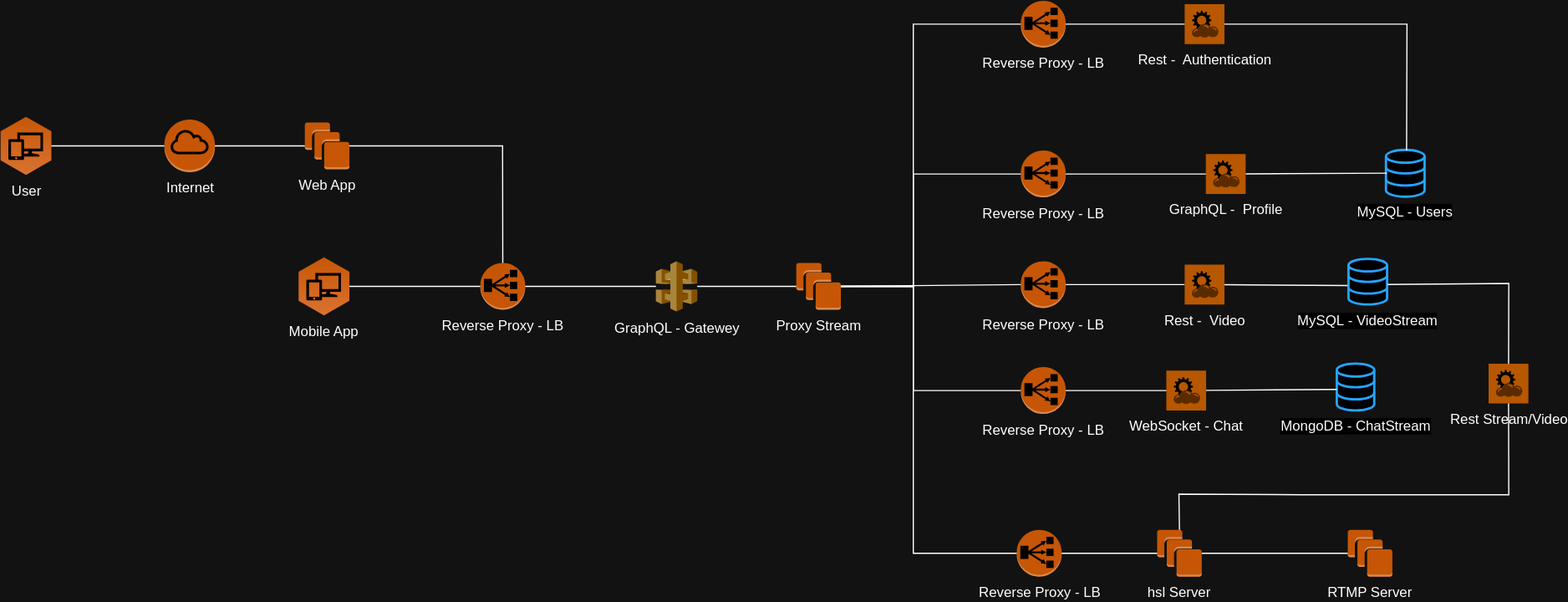
felixasela/Lively keeps this draw.io diagram as Assets/LivelyArchitecture.svg. Above is the earlier version. Source tidied: cells renumbered, new cells last; positions are measured from the earlier drawing's top-left corner, leaving out a move shared by most shapes.
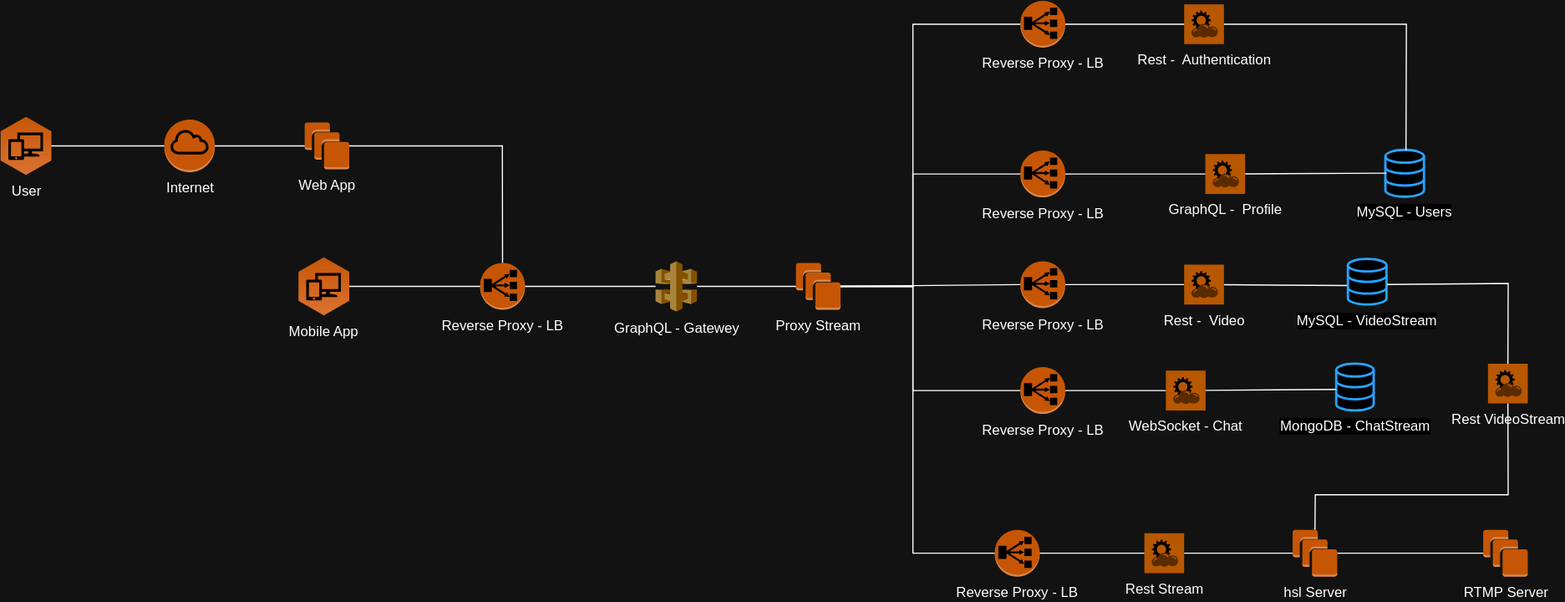
After the commit.

What changed in the source:
```diff
@@ -52,21 +52,21 @@
       <mxGeometry x="1141.9" y="310" width="32" height="40" as="geometry" />
     </mxCell>
     <mxCell id="17" value="Reverse Proxy - LB" style="outlineConnect=0;dashed=0;verticalLabelPosition=bottom;verticalAlign=top;align=center;html=1;shape=mxgraph.aws3.classic_load_balancer;fillColor=#F58534;gradientColor=none;" parent="1" vertex="1">
-      <mxGeometry x="868.4" y="452" width="38.3" height="40" as="geometry" />
+      <mxGeometry x="850" y="452" width="38.3" height="40" as="geometry" />
     </mxCell>
     <mxCell id="18" value="Rest -&amp;nbsp; Video" style="shadow=0;dashed=0;html=1;strokeColor=none;fillColor=#EF8F21;labelPosition=center;verticalLabelPosition=bottom;verticalAlign=top;align=center;outlineConnect=0;shape=mxgraph.veeam.2d.restful_apis;" parent="1" vertex="1">
       <mxGeometry x="1011.9" y="225.5" width="34" height="34" as="geometry" />
     </mxCell>
     <mxCell id="19" value="RTMP Server" style="outlineConnect=0;dashed=0;verticalLabelPosition=bottom;verticalAlign=top;align=center;html=1;shape=mxgraph.aws3.instances;fillColor=#F58534;gradientColor=none;" parent="1" vertex="1">
-      <mxGeometry x="1151.3" y="452" width="38.1" height="40" as="geometry" />
+      <mxGeometry x="1267.6" y="452" width="38.1" height="40" as="geometry" />
     </mxCell>
-    <mxCell id="20" value="Rest Stream/Video" style="shadow=0;dashed=0;html=1;strokeColor=none;fillColor=#EF8F21;labelPosition=center;verticalLabelPosition=bottom;verticalAlign=top;align=center;outlineConnect=0;shape=mxgraph.veeam.2d.restful_apis;" parent="1" vertex="1">
+    <mxCell id="20" value="Rest VideoStream" style="shadow=0;dashed=0;html=1;strokeColor=none;fillColor=#EF8F21;labelPosition=center;verticalLabelPosition=bottom;verticalAlign=top;align=center;outlineConnect=0;shape=mxgraph.veeam.2d.restful_apis;" parent="1" vertex="1">
       <mxGeometry x="1271.7" y="310" width="34" height="34" as="geometry" />
     </mxCell>
     <mxCell id="21" style="endArrow=none;html=1;rounded=0;entryX=0;entryY=0.5;entryDx=0;entryDy=0;entryPerimeter=0;exitX=1;exitY=0.5;exitDx=0;exitDy=0;exitPerimeter=0;" parent="1" edge="1" source="36" target="19">
       <mxGeometry relative="1" as="geometry">
         <Array as="points">
-          <mxPoint x="1098.6" y="472" />
+          <mxPoint x="1214.9" y="472" />
         </Array>
       </mxGeometry>
     </mxCell>
@@ -126,16 +126,12 @@
       <mxGeometry relative="1" as="geometry" />
     </mxCell>
     <mxCell id="36" value="hsl Server" style="outlineConnect=0;dashed=0;verticalLabelPosition=bottom;verticalAlign=top;align=center;html=1;shape=mxgraph.aws3.instances;fillColor=#F58534;gradientColor=none;" parent="1" vertex="1">
-      <mxGeometry x="988.4" y="452" width="38.1" height="40" as="geometry" />
+      <mxGeometry x="1104.7" y="452" width="38.1" height="40" as="geometry" />
     </mxCell>
-    <mxCell id="37" style="endArrow=none;html=1;rounded=0;exitX=1;exitY=0.5;exitDx=0;exitDy=0;exitPerimeter=0;entryX=0;entryY=0.5;entryDx=0;entryDy=0;entryPerimeter=0;" parent="1" edge="1" source="17" target="36">
-      <mxGeometry relative="1" as="geometry" />
-    </mxCell>
     <mxCell id="38" style="endArrow=none;html=1;rounded=0;exitX=0.5;exitY=0;exitDx=0;exitDy=0;exitPerimeter=0;" parent="1" edge="1" source="36" target="20">
       <mxGeometry relative="1" as="geometry">
         <Array as="points">
-          <mxPoint x="1007" y="421.5" />
-          <mxPoint x="1111.7" y="422" />
+          <mxPoint x="1124" y="422" />
           <mxPoint x="1231.7" y="422" />
           <mxPoint x="1288.9" y="422" />
         </Array>
@@ -180,5 +176,14 @@
         </Array>
       </mxGeometry>
     </mxCell>
+    <mxCell id="47" value="Rest Stream" style="shadow=0;dashed=0;html=1;strokeColor=none;fillColor=#EF8F21;labelPosition=center;verticalLabelPosition=bottom;verticalAlign=top;align=center;outlineConnect=0;shape=mxgraph.veeam.2d.restful_apis;" parent="1" vertex="1">
+      <mxGeometry x="977.9" y="455" width="34" height="34" as="geometry" />
+    </mxCell>
+    <mxCell id="48" style="endArrow=none;html=1;rounded=0;entryX=0;entryY=0.5;entryDx=0;entryDy=0;entryPerimeter=0;" parent="1" edge="1" source="47" target="36">
+      <mxGeometry relative="1" as="geometry" />
+    </mxCell>
+    <mxCell id="49" style="endArrow=none;html=1;rounded=0;exitX=1;exitY=0.5;exitDx=0;exitDy=0;exitPerimeter=0;" parent="1" edge="1" source="17" target="47">
+      <mxGeometry relative="1" as="geometry" />
+    </mxCell>
   </root>
 </mxGraphModel>
```
